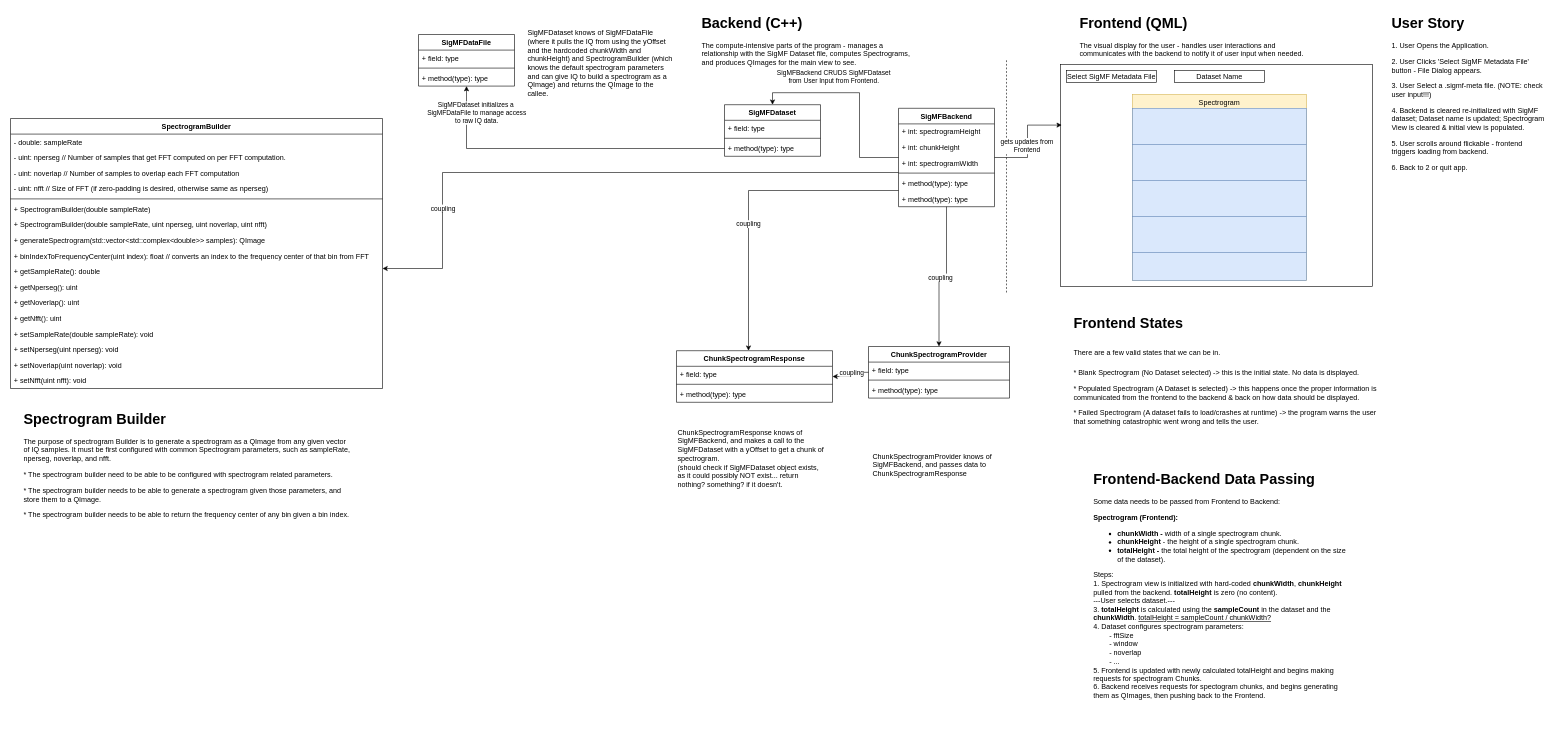
Above: BurstRF_UML.drawio in Edwin-Sanchez2003/BurstRF (draw.io), before the change. Source tidied: cells renumbered, new cells numbered last; positions are measured from the earlier drawing's top-left corner, leaving out a move shared by most shapes. Both pictures are drawn from the tidied source at 60%, with x=0, y=0 at pixel (10, 10).
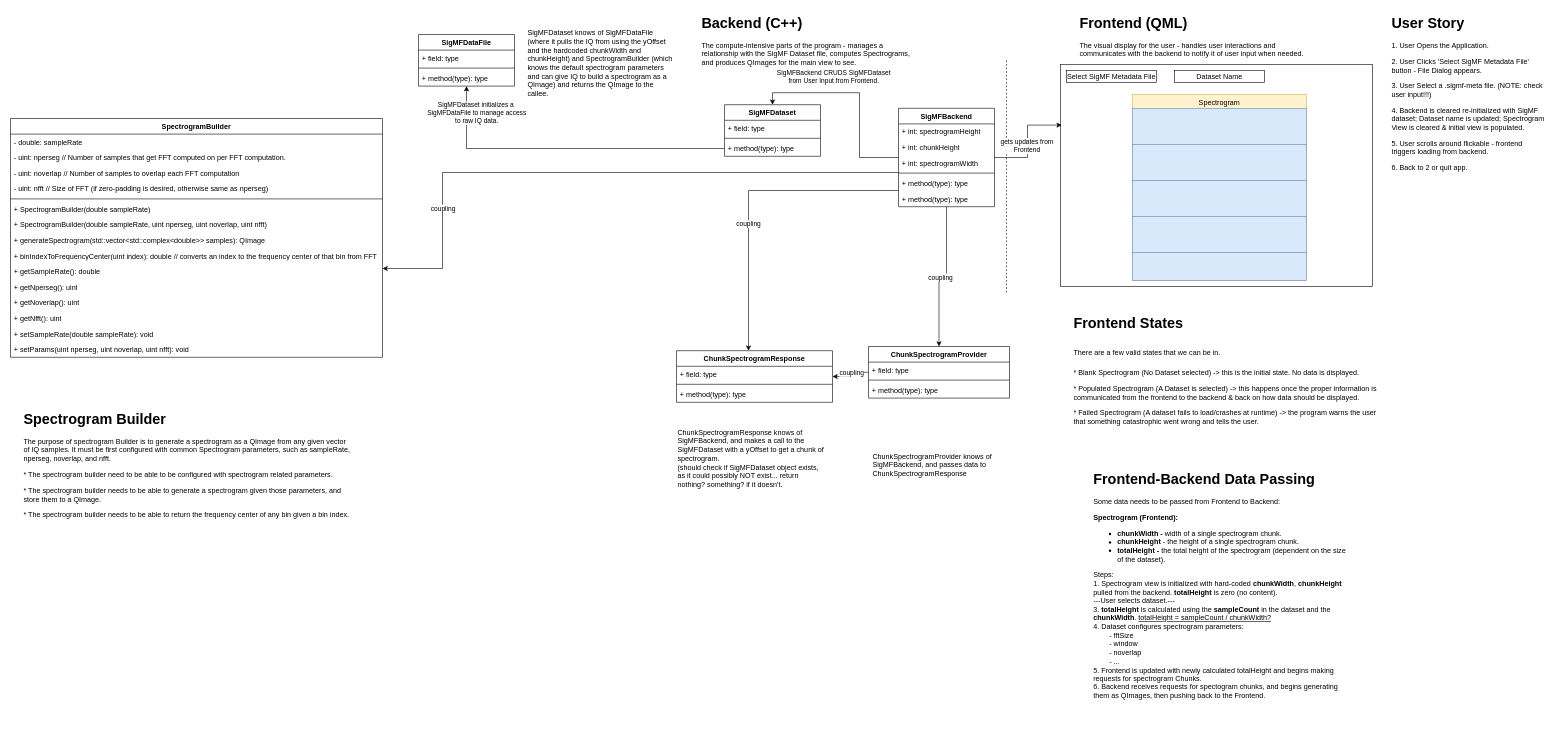
The same diagram, later.

Change to the diagram source:
```diff
@@
     <mxCell id="42" value="SpectrogramBuilder" style="swimlane;fontStyle=1;align=center;verticalAlign=top;horizontal=1;startSize=26;whiteSpace=wrap;html=1;" parent="1" vertex="1">
-      <mxGeometry y="180" width="620" height="450" as="geometry" />
+      <mxGeometry y="180" width="620" height="398" as="geometry" />
     </mxCell>
@@
-    <mxCell id="51" value="+ binIndexToFrequencyCenter(uint index): float // converts an index to the frequency center of that bin from FFT" style="text;strokeColor=none;fillColor=none;align=left;verticalAlign=top;spacingLeft=4;spacingRight=4;overflow=hidden;whiteSpace=wrap;html=1;" parent="42" vertex="1">
+    <mxCell id="51" value="+ binIndexToFrequencyCenter(uint index): double // converts an index to the frequency center of that bin from FFT" style="text;strokeColor=none;fillColor=none;align=left;verticalAlign=top;spacingLeft=4;spacingRight=4;overflow=hidden;whiteSpace=wrap;html=1;" parent="42" vertex="1">
       <mxGeometry y="216" width="620" height="26" as="geometry" />
     </mxCell>
@@
-    <mxCell id="57" value="+ setNperseg(uint nperseg): void" style="text;strokeColor=none;fillColor=none;align=left;verticalAlign=top;spacingLeft=4;spacingRight=4;overflow=hidden;whiteSpace=wrap;html=1;" parent="42" vertex="1">
+    <mxCell id="57" value="+ setParams(uint nperseg, uint noverlap, uint nfft): void" style="text;strokeColor=none;fillColor=none;align=left;verticalAlign=top;spacingLeft=4;spacingRight=4;overflow=hidden;whiteSpace=wrap;html=1;" parent="42" vertex="1">
       <mxGeometry y="372" width="620" height="26" as="geometry" />
     </mxCell>
-    <mxCell id="58" value="+ setNoverlap(uint noverlap): void" style="text;strokeColor=none;fillColor=none;align=left;verticalAlign=top;spacingLeft=4;spacingRight=4;overflow=hidden;whiteSpace=wrap;html=1;" parent="42" vertex="1">
-      <mxGeometry y="398" width="620" height="26" as="geometry" />
-    </mxCell>
-    <mxCell id="59" value="+ setNfft(uint nfft): void" style="text;strokeColor=none;fillColor=none;align=left;verticalAlign=top;spacingLeft=4;spacingRight=4;overflow=hidden;whiteSpace=wrap;html=1;" parent="42" vertex="1">
-      <mxGeometry y="424" width="620" height="26" as="geometry" />
-    </mxCell>
```
